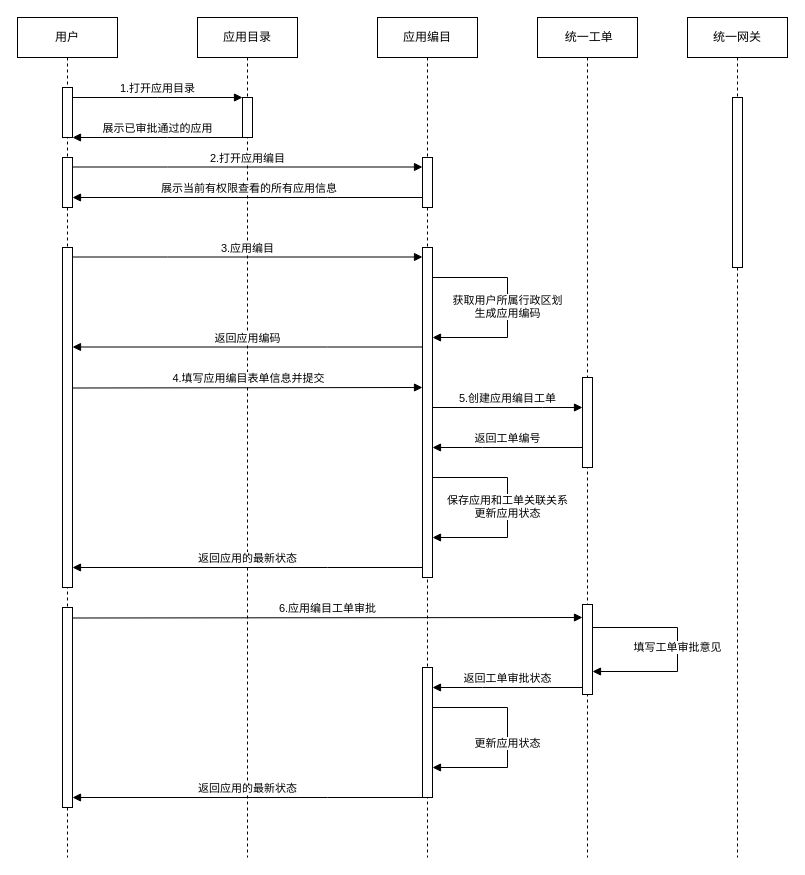
This is src/应用编目流程.drawio from SuperKooli/demo, a draw.io file, before an edit. Source tidied: cells renumbered, new cells numbered last; positions are measured from the earlier drawing's top-left corner, leaving out a move shared by most shapes. Both pictures are drawn from the tidied source at 100%, with x=0, y=0 at pixel (17, 17).
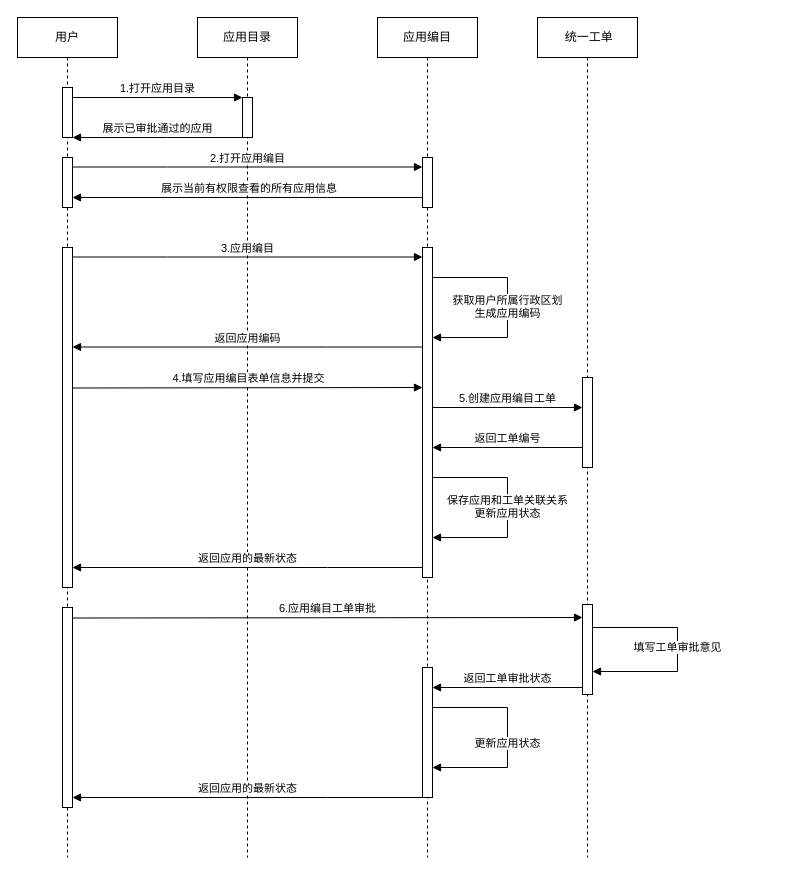
Above is the later version.

Commit message:
更新应用编目流程.drawio

Diff of the diagram source:
```diff
@@
-    <mxCell id="17" value="统一网关" style="shape=umlLifeline;perimeter=lifelinePerimeter;whiteSpace=wrap;html=1;newEdgeStyle={&quot;edgeStyle&quot;:&quot;elbowEdgeStyle&quot;,&quot;elbow&quot;:&quot;vertical&quot;,&quot;curved&quot;:0,&quot;rounded&quot;:0};" parent="1" vertex="1">
-      <mxGeometry x="670" width="100" height="840" as="geometry" />
-    </mxCell>
-    <mxCell id="18" style="html=1;perimeter=orthogonalPerimeter;targetShapes=umlLifeline;newEdgeStyle={&quot;edgeStyle&quot;:&quot;elbowEdgeStyle&quot;,&quot;elbow&quot;:&quot;vertical&quot;,&quot;curved&quot;:0,&quot;rounded&quot;:0};" parent="17" vertex="1">
-      <mxGeometry x="45" y="80" width="10" height="170" as="geometry" />
-    </mxCell>
```
